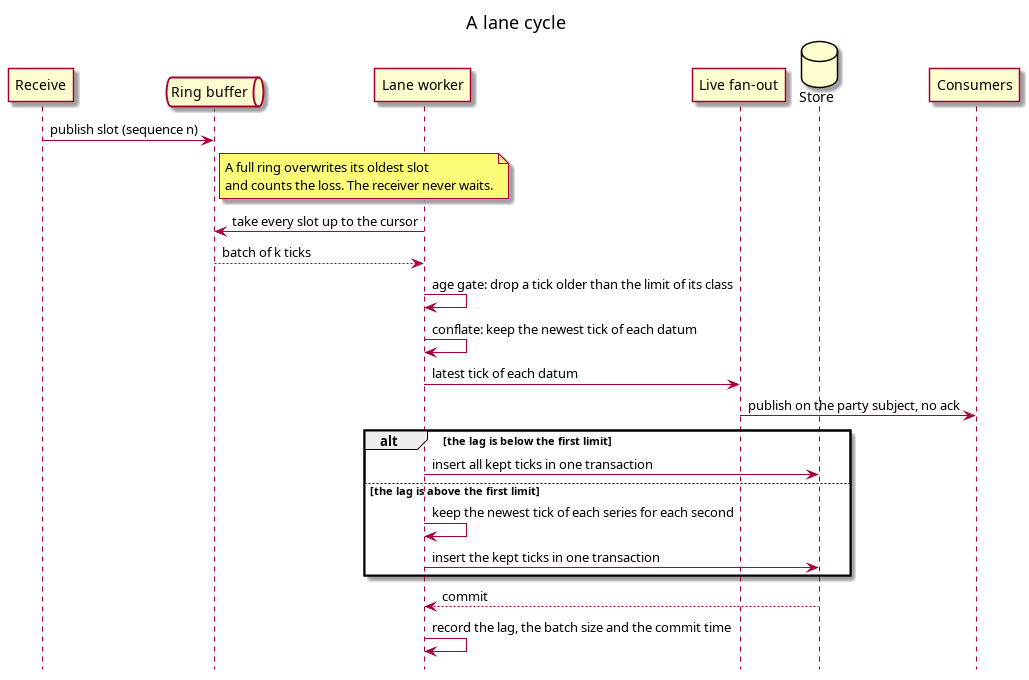
OreStudio/OreStudio keeps this PlantUML diagram as doc/knowledge/architecture/tick_ingest_lane_cycle.png. Above is the earlier version. Its source is kept beside it as doc/knowledge/architecture/tick_ingest_lane_cycle.puml.
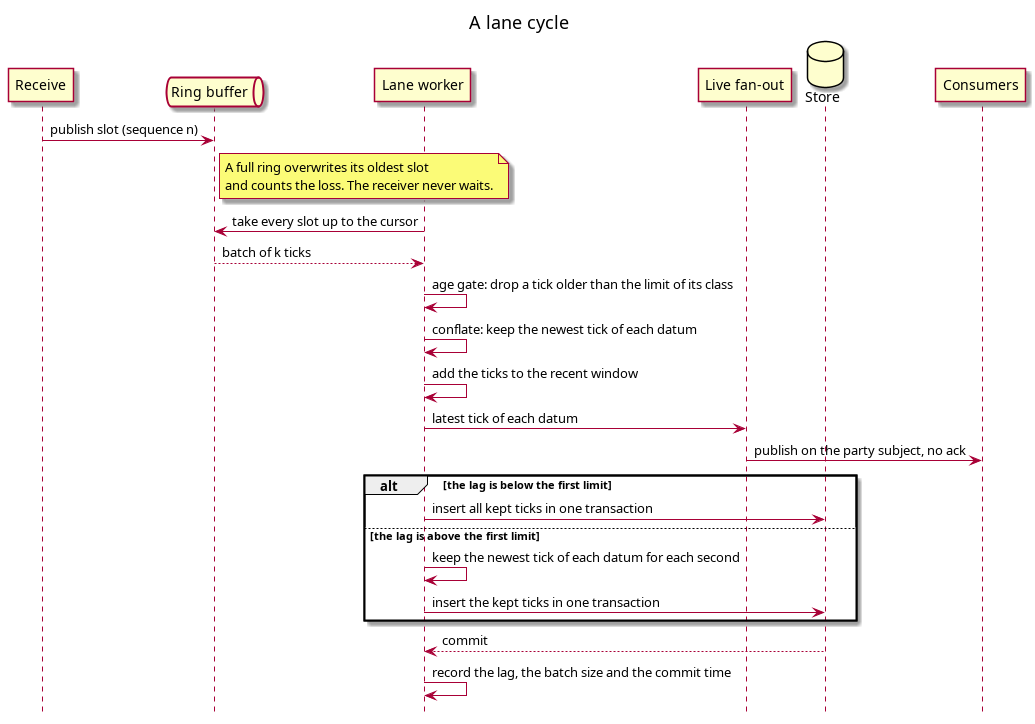
Later version of the same file.

Commit message:
[doc] Add the recent window, the asset class contract and the design review to the tick pipeline

Diff of the diagram source:
```diff
@@ -23,6 +23,7 @@
 
 lane -> lane : age gate: drop a tick older than the limit of its class
 lane -> lane : conflate: keep the newest tick of each datum
+lane -> lane : add the ticks to the recent window
 
 lane -> live : latest tick of each datum
 live -> cons : publish on the party subject, no ack
@@ -30,7 +31,7 @@
 alt the lag is below the first limit
     lane -> db : insert all kept ticks in one transaction
 else the lag is above the first limit
-    lane -> lane : keep the newest tick of each series for each second
+    lane -> lane : keep the newest tick of each datum for each second
     lane -> db : insert the kept ticks in one transaction
 end
 
```
